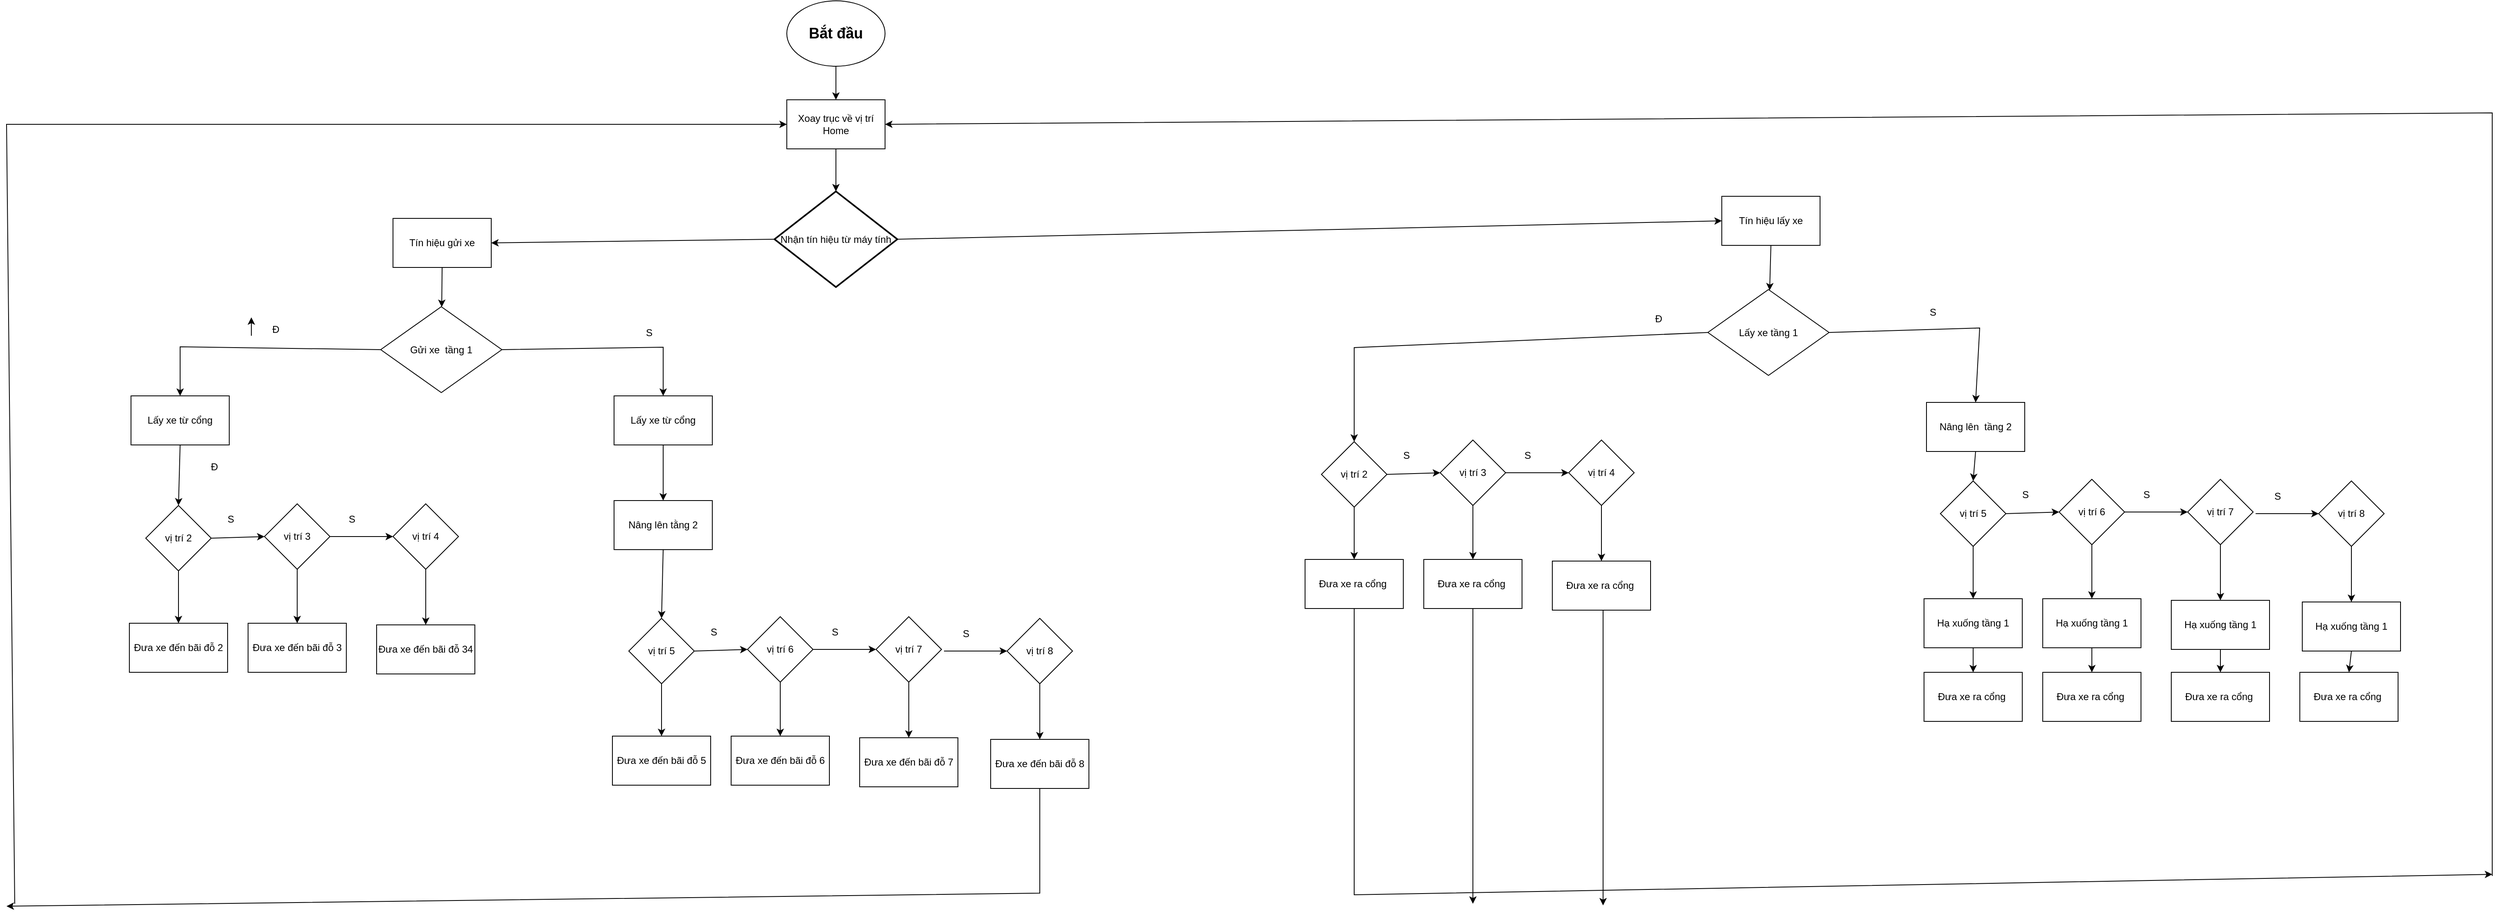
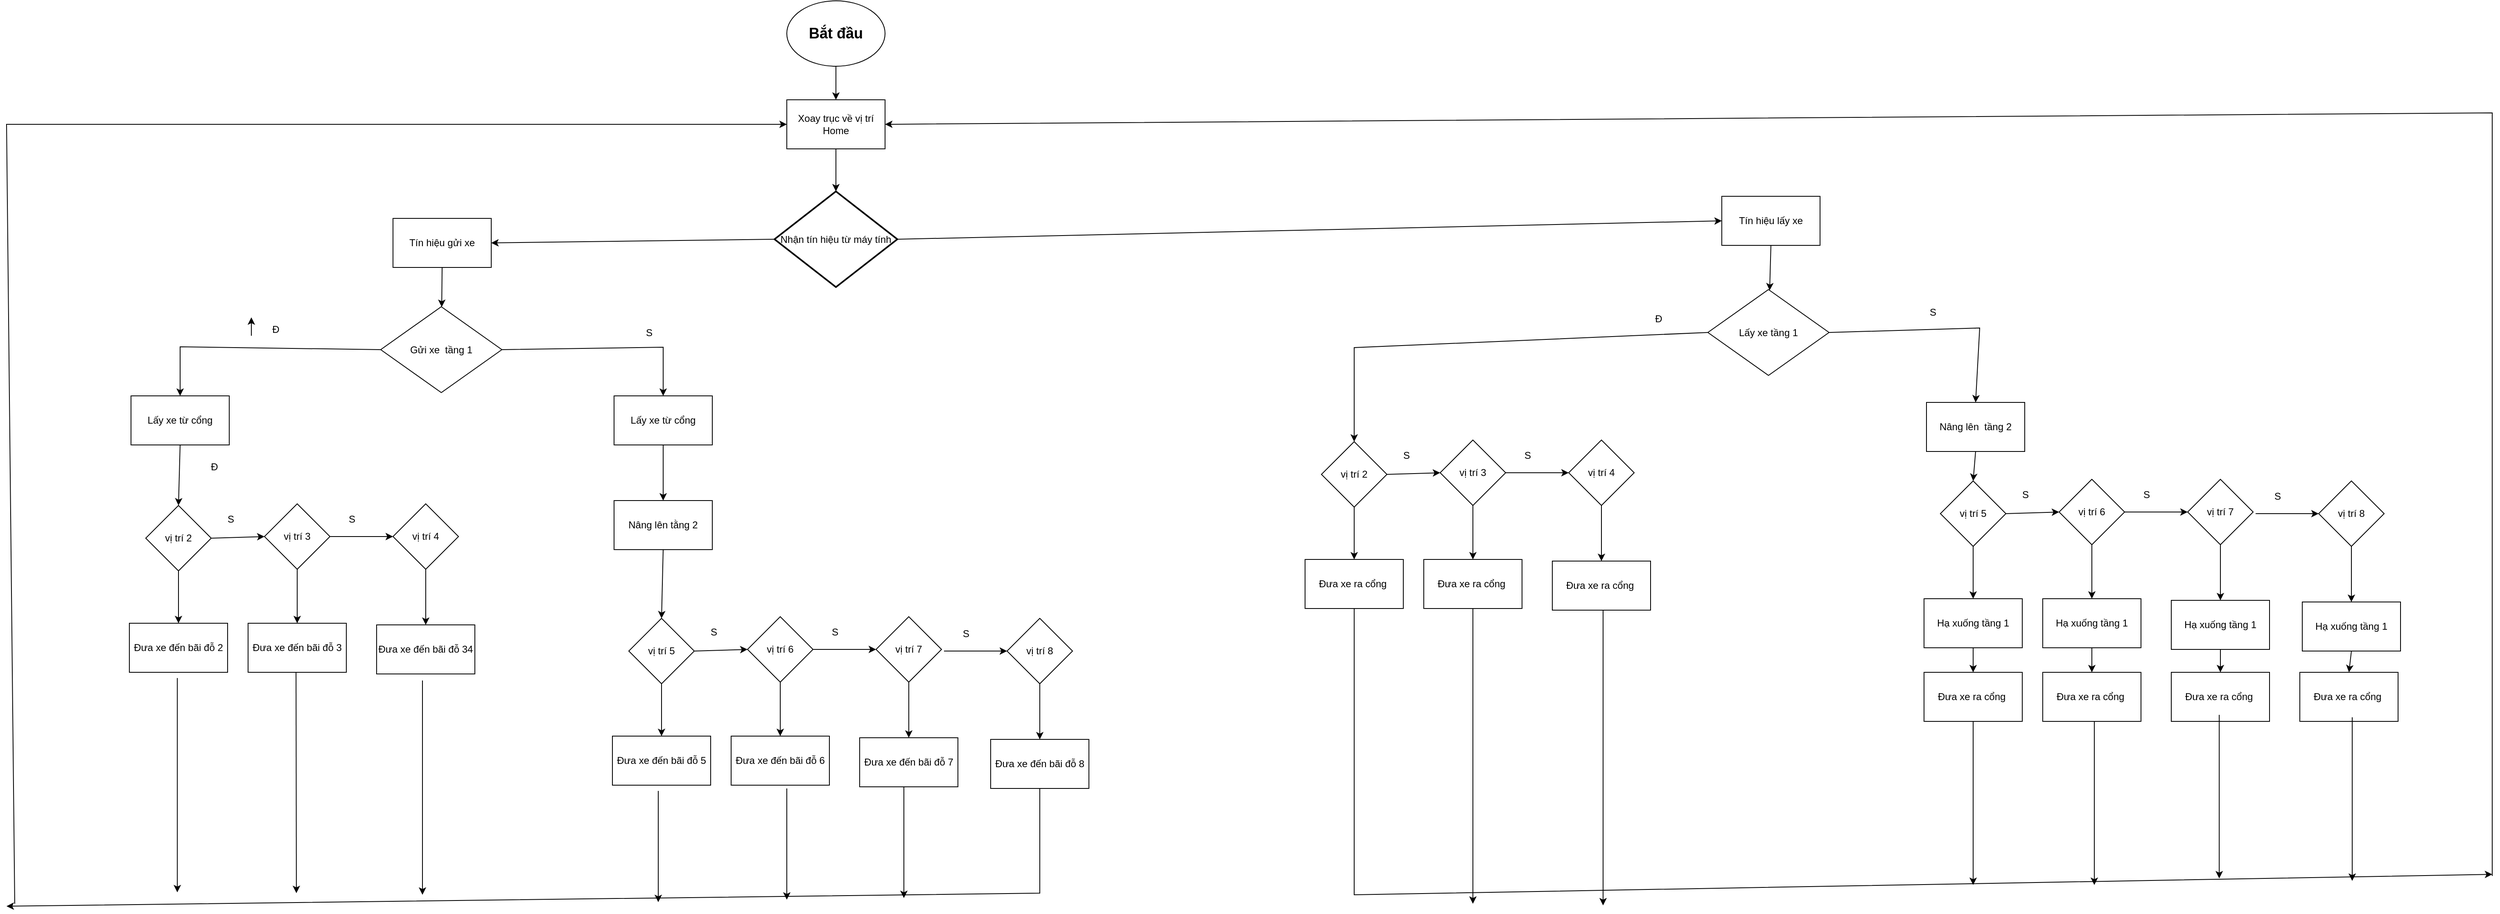
<mxfile host="app.diagrams.net">
  <diagram name="Page-1" id="GJrhtHB-xQ475z6E992f">
    <mxGraphModel dx="2920" dy="4911" grid="0" gridSize="10" guides="1" tooltips="1" connect="1" arrows="0" fold="1" page="1" pageScale="1" pageWidth="4681" pageHeight="3300" math="0" shadow="0">
      <root>
        <mxCell id="0" />
        <mxCell id="1" parent="0" />
        <mxCell id="gv57a_h_J0GcEr8g6lP8-1" parent="1" style="ellipse;whiteSpace=wrap;html=1;" value="&lt;b&gt;&lt;font style=&quot;font-size: 18px;&quot;&gt;Bắt đầu&lt;/font&gt;&lt;/b&gt;" vertex="1">
          <mxGeometry height="80" width="120" x="1292" y="-2869" as="geometry" />
        </mxCell>
        <mxCell id="gv57a_h_J0GcEr8g6lP8-4" parent="1" style="rounded=0;whiteSpace=wrap;html=1;" value="Xoay trục về vị trí Home" vertex="1">
          <mxGeometry height="60" width="120" x="1292" y="-2748" as="geometry" />
        </mxCell>
        <mxCell id="gv57a_h_J0GcEr8g6lP8-5" edge="1" parent="1" source="gv57a_h_J0GcEr8g6lP8-1" style="endArrow=classic;html=1;rounded=0;exitX=0.5;exitY=1;exitDx=0;exitDy=0;entryX=0.5;entryY=0;entryDx=0;entryDy=0;" target="gv57a_h_J0GcEr8g6lP8-4" value="">
          <mxGeometry height="50" relative="1" width="50" as="geometry">
            <mxPoint x="1364" y="-2559" as="sourcePoint" />
            <mxPoint x="1414" y="-2609" as="targetPoint" />
          </mxGeometry>
        </mxCell>
        <mxCell id="gv57a_h_J0GcEr8g6lP8-7" edge="1" parent="1" source="gv57a_h_J0GcEr8g6lP8-4" style="endArrow=classic;html=1;rounded=0;exitX=0.5;exitY=1;exitDx=0;exitDy=0;entryX=0.5;entryY=0;entryDx=0;entryDy=0;entryPerimeter=0;" target="gv57a_h_J0GcEr8g6lP8-8" value="">
          <mxGeometry height="50" relative="1" width="50" as="geometry">
            <mxPoint x="1364" y="-2559" as="sourcePoint" />
            <mxPoint x="1352" y="-2634" as="targetPoint" />
          </mxGeometry>
        </mxCell>
        <mxCell id="gv57a_h_J0GcEr8g6lP8-8" parent="1" style="strokeWidth=2;html=1;shape=mxgraph.flowchart.decision;whiteSpace=wrap;" value="Nhận tín hiệu từ máy tính" vertex="1">
          <mxGeometry height="117" width="150" x="1277" y="-2636" as="geometry" />
        </mxCell>
        <mxCell id="gv57a_h_J0GcEr8g6lP8-9" parent="1" style="rounded=0;whiteSpace=wrap;html=1;" value="Tín hiệu lấy xe" vertex="1">
          <mxGeometry height="60" width="120" x="2434" y="-2630" as="geometry" />
        </mxCell>
        <mxCell id="gv57a_h_J0GcEr8g6lP8-10" parent="1" style="rounded=0;whiteSpace=wrap;html=1;" value="Tín hiệu gửi xe" vertex="1">
          <mxGeometry height="60" width="120" x="811" y="-2603" as="geometry" />
        </mxCell>
        <mxCell id="gv57a_h_J0GcEr8g6lP8-11" edge="1" parent="1" source="gv57a_h_J0GcEr8g6lP8-8" style="endArrow=classic;html=1;rounded=0;exitX=1;exitY=0.5;exitDx=0;exitDy=0;exitPerimeter=0;entryX=0;entryY=0.5;entryDx=0;entryDy=0;" target="gv57a_h_J0GcEr8g6lP8-9" value="">
          <mxGeometry height="50" relative="1" width="50" as="geometry">
            <mxPoint x="1811" y="-2581" as="sourcePoint" />
            <mxPoint x="1820" y="-2612.5" as="targetPoint" />
          </mxGeometry>
        </mxCell>
        <mxCell id="gv57a_h_J0GcEr8g6lP8-12" edge="1" parent="1" source="gv57a_h_J0GcEr8g6lP8-8" style="endArrow=classic;html=1;rounded=0;entryX=1;entryY=0.5;entryDx=0;entryDy=0;exitX=0;exitY=0.5;exitDx=0;exitDy=0;exitPerimeter=0;" target="gv57a_h_J0GcEr8g6lP8-10" value="">
          <mxGeometry height="50" relative="1" width="50" as="geometry">
            <mxPoint x="1158" y="-2571.5" as="sourcePoint" />
            <mxPoint x="1319" y="-2603.5" as="targetPoint" />
          </mxGeometry>
        </mxCell>
        <mxCell id="gv57a_h_J0GcEr8g6lP8-13" parent="1" style="rhombus;whiteSpace=wrap;html=1;" value="Gửi xe&amp;nbsp; tầng 1" vertex="1">
          <mxGeometry height="105" width="148" x="796" y="-2495" as="geometry" />
        </mxCell>
        <mxCell id="gv57a_h_J0GcEr8g6lP8-14" edge="1" parent="1" source="gv57a_h_J0GcEr8g6lP8-10" style="endArrow=classic;html=1;rounded=0;exitX=0.5;exitY=1;exitDx=0;exitDy=0;" target="gv57a_h_J0GcEr8g6lP8-13" value="">
          <mxGeometry height="50" relative="1" width="50" as="geometry">
            <mxPoint x="1302" y="-2453.5" as="sourcePoint" />
            <mxPoint x="1352" y="-2503.5" as="targetPoint" />
          </mxGeometry>
        </mxCell>
        <mxCell id="gv57a_h_J0GcEr8g6lP8-15" parent="1" style="rounded=0;whiteSpace=wrap;html=1;" value="Lấy xe từ cổng" vertex="1">
          <mxGeometry height="60" width="120" x="491" y="-2386" as="geometry" />
        </mxCell>
        <mxCell id="gv57a_h_J0GcEr8g6lP8-16" parent="1" style="rounded=0;whiteSpace=wrap;html=1;" value="Lấy xe từ cổng" vertex="1">
          <mxGeometry height="60" width="120" x="1081" y="-2386" as="geometry" />
        </mxCell>
        <mxCell id="gv57a_h_J0GcEr8g6lP8-17" edge="1" parent="1" source="gv57a_h_J0GcEr8g6lP8-13" style="endArrow=classic;html=1;rounded=0;exitX=1;exitY=0.5;exitDx=0;exitDy=0;entryX=0.5;entryY=0;entryDx=0;entryDy=0;" target="gv57a_h_J0GcEr8g6lP8-16" value="">
          <mxGeometry height="50" relative="1" width="50" as="geometry">
            <Array as="points">
              <mxPoint x="1141" y="-2445.5" />
            </Array>
            <mxPoint x="1269" y="-2453.5" as="sourcePoint" />
            <mxPoint x="1319" y="-2503.5" as="targetPoint" />
          </mxGeometry>
        </mxCell>
        <mxCell id="gv57a_h_J0GcEr8g6lP8-18" edge="1" parent="1" source="gv57a_h_J0GcEr8g6lP8-13" style="endArrow=classic;html=1;rounded=0;exitX=0;exitY=0.5;exitDx=0;exitDy=0;entryX=0.5;entryY=0;entryDx=0;entryDy=0;" target="gv57a_h_J0GcEr8g6lP8-15" value="">
          <mxGeometry height="50" relative="1" width="50" as="geometry">
            <Array as="points">
              <mxPoint x="551" y="-2446" />
            </Array>
            <mxPoint x="1386" y="-2459" as="sourcePoint" />
            <mxPoint x="1436" y="-2509" as="targetPoint" />
          </mxGeometry>
        </mxCell>
        <mxCell id="gv57a_h_J0GcEr8g6lP8-19" parent="1" style="rhombus;whiteSpace=wrap;html=1;" value="Lấy xe tầng 1" vertex="1">
          <mxGeometry height="105" width="148" x="2417" y="-2516" as="geometry" />
        </mxCell>
        <mxCell id="gv57a_h_J0GcEr8g6lP8-22" edge="1" parent="1" source="gv57a_h_J0GcEr8g6lP8-19" style="endArrow=classic;html=1;rounded=0;exitX=1;exitY=0.5;exitDx=0;exitDy=0;entryX=0.5;entryY=0;entryDx=0;entryDy=0;" target="Hq5QgyVw3-6yqGqQHbII-15" value="">
          <mxGeometry height="50" relative="1" width="50" as="geometry">
            <Array as="points">
              <mxPoint x="2749" y="-2469" />
            </Array>
            <mxPoint x="3198" y="-2478.5" as="sourcePoint" />
            <mxPoint x="2727.0000000000005" y="-2378.5" as="targetPoint" />
          </mxGeometry>
        </mxCell>
        <mxCell id="gv57a_h_J0GcEr8g6lP8-23" edge="1" parent="1" source="gv57a_h_J0GcEr8g6lP8-19" style="endArrow=classic;html=1;rounded=0;exitX=0;exitY=0.5;exitDx=0;exitDy=0;entryX=0.5;entryY=0;entryDx=0;entryDy=0;" target="Hq5QgyVw3-6yqGqQHbII-1" value="">
          <mxGeometry height="50" relative="1" width="50" as="geometry">
            <Array as="points">
              <mxPoint x="1985" y="-2445" />
            </Array>
            <mxPoint x="2222" y="-2462.5" as="sourcePoint" />
            <mxPoint x="1860" y="-2363.5" as="targetPoint" />
          </mxGeometry>
        </mxCell>
        <mxCell id="gv57a_h_J0GcEr8g6lP8-24" edge="1" parent="1" source="gv57a_h_J0GcEr8g6lP8-9" style="endArrow=classic;html=1;rounded=0;exitX=0.5;exitY=1;exitDx=0;exitDy=0;" target="gv57a_h_J0GcEr8g6lP8-19" value="">
          <mxGeometry height="50" relative="1" width="50" as="geometry">
            <mxPoint x="1770" y="-2383.5" as="sourcePoint" />
            <mxPoint x="1820" y="-2433.5" as="targetPoint" />
          </mxGeometry>
        </mxCell>
        <mxCell id="gv57a_h_J0GcEr8g6lP8-25" parent="1" style="text;html=1;whiteSpace=wrap;strokeColor=none;fillColor=none;align=center;verticalAlign=middle;rounded=0;" value="Đ" vertex="1">
          <mxGeometry height="30" width="60" x="638" y="-2482" as="geometry" />
        </mxCell>
        <mxCell id="gv57a_h_J0GcEr8g6lP8-26" parent="1" style="text;html=1;whiteSpace=wrap;strokeColor=none;fillColor=none;align=center;verticalAlign=middle;rounded=0;" value="S" vertex="1">
          <mxGeometry height="30" width="60" x="1094" y="-2478.5" as="geometry" />
        </mxCell>
        <mxCell id="gv57a_h_J0GcEr8g6lP8-28" parent="1" style="text;html=1;whiteSpace=wrap;strokeColor=none;fillColor=none;align=center;verticalAlign=middle;rounded=0;" value="Đ" vertex="1">
          <mxGeometry height="30" width="60" x="2327" y="-2495" as="geometry" />
        </mxCell>
        <mxCell id="gv57a_h_J0GcEr8g6lP8-30" parent="1" style="text;html=1;whiteSpace=wrap;strokeColor=none;fillColor=none;align=center;verticalAlign=middle;rounded=0;" value="S" vertex="1">
          <mxGeometry height="30" width="60" x="2662" y="-2503" as="geometry" />
        </mxCell>
        <mxCell id="gv57a_h_J0GcEr8g6lP8-31" parent="1" style="rhombus;whiteSpace=wrap;html=1;" value="vị trí 2" vertex="1">
          <mxGeometry height="80" width="80" x="509" y="-2252" as="geometry" />
        </mxCell>
        <mxCell id="gv57a_h_J0GcEr8g6lP8-32" parent="1" style="rhombus;whiteSpace=wrap;html=1;" value="vị trí 3" vertex="1">
          <mxGeometry height="80" width="80" x="654" y="-2254" as="geometry" />
        </mxCell>
        <mxCell id="gv57a_h_J0GcEr8g6lP8-33" parent="1" style="rhombus;whiteSpace=wrap;html=1;" value="vị trí 4" vertex="1">
          <mxGeometry height="80" width="80" x="811" y="-2254" as="geometry" />
        </mxCell>
        <mxCell id="gv57a_h_J0GcEr8g6lP8-37" edge="1" parent="1" source="gv57a_h_J0GcEr8g6lP8-31" style="endArrow=classic;html=1;rounded=0;exitX=1;exitY=0.5;exitDx=0;exitDy=0;entryX=0;entryY=0.5;entryDx=0;entryDy=0;" target="gv57a_h_J0GcEr8g6lP8-32" value="">
          <mxGeometry height="50" relative="1" width="50" as="geometry">
            <mxPoint x="1128" y="-2278" as="sourcePoint" />
            <mxPoint x="1178" y="-2328" as="targetPoint" />
          </mxGeometry>
        </mxCell>
        <mxCell id="gv57a_h_J0GcEr8g6lP8-38" edge="1" parent="1" source="gv57a_h_J0GcEr8g6lP8-15" style="endArrow=classic;html=1;rounded=0;exitX=0.5;exitY=1;exitDx=0;exitDy=0;entryX=0.5;entryY=0;entryDx=0;entryDy=0;" target="gv57a_h_J0GcEr8g6lP8-31" value="">
          <mxGeometry height="50" relative="1" width="50" as="geometry">
            <mxPoint x="1121" y="-2266" as="sourcePoint" />
            <mxPoint x="1171" y="-2316" as="targetPoint" />
          </mxGeometry>
        </mxCell>
        <mxCell id="gv57a_h_J0GcEr8g6lP8-39" edge="1" parent="1" source="gv57a_h_J0GcEr8g6lP8-32" style="endArrow=classic;html=1;rounded=0;exitX=1;exitY=0.5;exitDx=0;exitDy=0;entryX=0;entryY=0.5;entryDx=0;entryDy=0;" target="gv57a_h_J0GcEr8g6lP8-33" value="">
          <mxGeometry height="50" relative="1" width="50" as="geometry">
            <mxPoint x="1121" y="-2266" as="sourcePoint" />
            <mxPoint x="1171" y="-2316" as="targetPoint" />
          </mxGeometry>
        </mxCell>
        <mxCell id="qodCVxMkwnfkt2WPn_CC-1" parent="1" style="text;html=1;whiteSpace=wrap;strokeColor=none;fillColor=none;align=center;verticalAlign=middle;rounded=0;" value="Đ" vertex="1">
          <mxGeometry height="30" width="60" x="563" y="-2314" as="geometry" />
        </mxCell>
        <mxCell id="qodCVxMkwnfkt2WPn_CC-2" parent="1" style="text;html=1;whiteSpace=wrap;strokeColor=none;fillColor=none;align=center;verticalAlign=middle;rounded=0;" value="S" vertex="1">
          <mxGeometry height="30" width="60" x="583" y="-2250" as="geometry" />
        </mxCell>
        <mxCell id="qodCVxMkwnfkt2WPn_CC-3" parent="1" style="text;html=1;whiteSpace=wrap;strokeColor=none;fillColor=none;align=center;verticalAlign=middle;rounded=0;" value="S" vertex="1">
          <mxGeometry height="30" width="60" x="731" y="-2250" as="geometry" />
        </mxCell>
        <mxCell id="qodCVxMkwnfkt2WPn_CC-4" parent="1" style="rounded=0;whiteSpace=wrap;html=1;" value="Đưa xe đến bãi đỗ 2" vertex="1">
          <mxGeometry height="60" width="120" x="489" y="-2108" as="geometry" />
        </mxCell>
        <mxCell id="qodCVxMkwnfkt2WPn_CC-5" edge="1" parent="1" source="gv57a_h_J0GcEr8g6lP8-31" style="endArrow=classic;html=1;rounded=0;exitX=0.5;exitY=1;exitDx=0;exitDy=0;entryX=0.5;entryY=0;entryDx=0;entryDy=0;" target="qodCVxMkwnfkt2WPn_CC-4" value="">
          <mxGeometry height="50" relative="1" width="50" as="geometry">
            <mxPoint x="1106" y="-2136" as="sourcePoint" />
            <mxPoint x="1156" y="-2186" as="targetPoint" />
          </mxGeometry>
        </mxCell>
        <mxCell id="qodCVxMkwnfkt2WPn_CC-6" parent="1" style="rounded=0;whiteSpace=wrap;html=1;" value="Đưa xe đến bãi đỗ 3" vertex="1">
          <mxGeometry height="60" width="120" x="634" y="-2108" as="geometry" />
        </mxCell>
        <mxCell id="qodCVxMkwnfkt2WPn_CC-7" parent="1" style="rounded=0;whiteSpace=wrap;html=1;" value="Đưa xe đến bãi đỗ 34" vertex="1">
          <mxGeometry height="60" width="120" x="791" y="-2106" as="geometry" />
        </mxCell>
        <mxCell id="qodCVxMkwnfkt2WPn_CC-8" edge="1" parent="1" source="gv57a_h_J0GcEr8g6lP8-32" style="endArrow=classic;html=1;rounded=0;exitX=0.5;exitY=1;exitDx=0;exitDy=0;entryX=0.5;entryY=0;entryDx=0;entryDy=0;" target="qodCVxMkwnfkt2WPn_CC-6" value="">
          <mxGeometry height="50" relative="1" width="50" as="geometry">
            <mxPoint x="1106" y="-2136" as="sourcePoint" />
            <mxPoint x="1156" y="-2186" as="targetPoint" />
          </mxGeometry>
        </mxCell>
        <mxCell id="qodCVxMkwnfkt2WPn_CC-9" edge="1" parent="1" source="gv57a_h_J0GcEr8g6lP8-33" style="endArrow=classic;html=1;rounded=0;exitX=0.5;exitY=1;exitDx=0;exitDy=0;entryX=0.5;entryY=0;entryDx=0;entryDy=0;" target="qodCVxMkwnfkt2WPn_CC-7" value="">
          <mxGeometry height="50" relative="1" width="50" as="geometry">
            <mxPoint x="1106" y="-2136" as="sourcePoint" />
            <mxPoint x="1156" y="-2186" as="targetPoint" />
          </mxGeometry>
        </mxCell>
        <mxCell id="qodCVxMkwnfkt2WPn_CC-10" edge="1" parent="1" source="gv57a_h_J0GcEr8g6lP8-25" style="edgeStyle=orthogonalEdgeStyle;rounded=0;orthogonalLoop=1;jettySize=auto;html=1;exitX=0;exitY=0.75;exitDx=0;exitDy=0;entryX=0;entryY=0;entryDx=0;entryDy=0;" target="gv57a_h_J0GcEr8g6lP8-25">
          <mxGeometry relative="1" as="geometry" />
        </mxCell>
        <mxCell id="qodCVxMkwnfkt2WPn_CC-11" parent="1" style="rounded=0;whiteSpace=wrap;html=1;" value="Nâng lên tằng 2" vertex="1">
          <mxGeometry height="60" width="120" x="1081" y="-2258" as="geometry" />
        </mxCell>
        <mxCell id="qodCVxMkwnfkt2WPn_CC-12" parent="1" style="rhombus;whiteSpace=wrap;html=1;" value="vị trí 5" vertex="1">
          <mxGeometry height="80" width="80" x="1099" y="-2114" as="geometry" />
        </mxCell>
        <mxCell id="qodCVxMkwnfkt2WPn_CC-13" parent="1" style="rhombus;whiteSpace=wrap;html=1;" value="vị trí 6" vertex="1">
          <mxGeometry height="80" width="80" x="1244" y="-2116" as="geometry" />
        </mxCell>
        <mxCell id="qodCVxMkwnfkt2WPn_CC-14" parent="1" style="rhombus;whiteSpace=wrap;html=1;" value="vị trí 7" vertex="1">
          <mxGeometry height="80" width="80" x="1401" y="-2116" as="geometry" />
        </mxCell>
        <mxCell id="qodCVxMkwnfkt2WPn_CC-15" edge="1" parent="1" source="qodCVxMkwnfkt2WPn_CC-12" style="endArrow=classic;html=1;rounded=0;exitX=1;exitY=0.5;exitDx=0;exitDy=0;entryX=0;entryY=0.5;entryDx=0;entryDy=0;" target="qodCVxMkwnfkt2WPn_CC-13" value="">
          <mxGeometry height="50" relative="1" width="50" as="geometry">
            <mxPoint x="1718" y="-2140" as="sourcePoint" />
            <mxPoint x="1768" y="-2190" as="targetPoint" />
          </mxGeometry>
        </mxCell>
        <mxCell id="qodCVxMkwnfkt2WPn_CC-16" edge="1" parent="1" source="qodCVxMkwnfkt2WPn_CC-13" style="endArrow=classic;html=1;rounded=0;exitX=1;exitY=0.5;exitDx=0;exitDy=0;entryX=0;entryY=0.5;entryDx=0;entryDy=0;" target="qodCVxMkwnfkt2WPn_CC-14" value="">
          <mxGeometry height="50" relative="1" width="50" as="geometry">
            <mxPoint x="1711" y="-2128" as="sourcePoint" />
            <mxPoint x="1761" y="-2178" as="targetPoint" />
          </mxGeometry>
        </mxCell>
        <mxCell id="qodCVxMkwnfkt2WPn_CC-17" parent="1" style="text;html=1;whiteSpace=wrap;strokeColor=none;fillColor=none;align=center;verticalAlign=middle;rounded=0;" value="S" vertex="1">
          <mxGeometry height="30" width="60" x="1173" y="-2112" as="geometry" />
        </mxCell>
        <mxCell id="qodCVxMkwnfkt2WPn_CC-18" parent="1" style="text;html=1;whiteSpace=wrap;strokeColor=none;fillColor=none;align=center;verticalAlign=middle;rounded=0;" value="S" vertex="1">
          <mxGeometry height="30" width="60" x="1321" y="-2112" as="geometry" />
        </mxCell>
        <mxCell id="qodCVxMkwnfkt2WPn_CC-19" parent="1" style="rounded=0;whiteSpace=wrap;html=1;" value="Đưa xe đến bãi đỗ 5" vertex="1">
          <mxGeometry height="60" width="120" x="1079" y="-1970" as="geometry" />
        </mxCell>
        <mxCell id="qodCVxMkwnfkt2WPn_CC-20" edge="1" parent="1" source="qodCVxMkwnfkt2WPn_CC-12" style="endArrow=classic;html=1;rounded=0;exitX=0.5;exitY=1;exitDx=0;exitDy=0;entryX=0.5;entryY=0;entryDx=0;entryDy=0;" target="qodCVxMkwnfkt2WPn_CC-19" value="">
          <mxGeometry height="50" relative="1" width="50" as="geometry">
            <mxPoint x="1696" y="-1998" as="sourcePoint" />
            <mxPoint x="1746" y="-2048" as="targetPoint" />
          </mxGeometry>
        </mxCell>
        <mxCell id="qodCVxMkwnfkt2WPn_CC-21" parent="1" style="rounded=0;whiteSpace=wrap;html=1;" value="Đưa xe đến bãi đỗ 6" vertex="1">
          <mxGeometry height="60" width="120" x="1224" y="-1970" as="geometry" />
        </mxCell>
        <mxCell id="qodCVxMkwnfkt2WPn_CC-22" parent="1" style="rounded=0;whiteSpace=wrap;html=1;" value="Đưa xe đến bãi đỗ 7" vertex="1">
          <mxGeometry height="60" width="120" x="1381" y="-1968" as="geometry" />
        </mxCell>
        <mxCell id="qodCVxMkwnfkt2WPn_CC-23" edge="1" parent="1" source="qodCVxMkwnfkt2WPn_CC-13" style="endArrow=classic;html=1;rounded=0;exitX=0.5;exitY=1;exitDx=0;exitDy=0;entryX=0.5;entryY=0;entryDx=0;entryDy=0;" target="qodCVxMkwnfkt2WPn_CC-21" value="">
          <mxGeometry height="50" relative="1" width="50" as="geometry">
            <mxPoint x="1696" y="-1998" as="sourcePoint" />
            <mxPoint x="1746" y="-2048" as="targetPoint" />
          </mxGeometry>
        </mxCell>
        <mxCell id="qodCVxMkwnfkt2WPn_CC-24" edge="1" parent="1" source="qodCVxMkwnfkt2WPn_CC-14" style="endArrow=classic;html=1;rounded=0;exitX=0.5;exitY=1;exitDx=0;exitDy=0;entryX=0.5;entryY=0;entryDx=0;entryDy=0;" target="qodCVxMkwnfkt2WPn_CC-22" value="">
          <mxGeometry height="50" relative="1" width="50" as="geometry">
            <mxPoint x="1696" y="-1998" as="sourcePoint" />
            <mxPoint x="1746" y="-2048" as="targetPoint" />
          </mxGeometry>
        </mxCell>
        <mxCell id="qodCVxMkwnfkt2WPn_CC-25" parent="1" style="rhombus;whiteSpace=wrap;html=1;" value="vị trí 8" vertex="1">
          <mxGeometry height="80" width="80" x="1561" y="-2114" as="geometry" />
        </mxCell>
        <mxCell id="qodCVxMkwnfkt2WPn_CC-26" edge="1" parent="1" style="endArrow=classic;html=1;rounded=0;exitX=1;exitY=0.5;exitDx=0;exitDy=0;entryX=0;entryY=0.5;entryDx=0;entryDy=0;" target="qodCVxMkwnfkt2WPn_CC-25" value="">
          <mxGeometry height="50" relative="1" width="50" as="geometry">
            <mxPoint x="1484" y="-2074" as="sourcePoint" />
            <mxPoint x="1921" y="-2176" as="targetPoint" />
          </mxGeometry>
        </mxCell>
        <mxCell id="qodCVxMkwnfkt2WPn_CC-27" parent="1" style="text;html=1;whiteSpace=wrap;strokeColor=none;fillColor=none;align=center;verticalAlign=middle;rounded=0;" value="S" vertex="1">
          <mxGeometry height="30" width="60" x="1481" y="-2110" as="geometry" />
        </mxCell>
        <mxCell id="qodCVxMkwnfkt2WPn_CC-28" parent="1" style="rounded=0;whiteSpace=wrap;html=1;" value="Đưa xe đến bãi đỗ 8" vertex="1">
          <mxGeometry height="60" width="120" x="1541" y="-1966" as="geometry" />
        </mxCell>
        <mxCell id="qodCVxMkwnfkt2WPn_CC-29" edge="1" parent="1" source="qodCVxMkwnfkt2WPn_CC-25" style="endArrow=classic;html=1;rounded=0;exitX=0.5;exitY=1;exitDx=0;exitDy=0;entryX=0.5;entryY=0;entryDx=0;entryDy=0;" target="qodCVxMkwnfkt2WPn_CC-28" value="">
          <mxGeometry height="50" relative="1" width="50" as="geometry">
            <mxPoint x="1856" y="-1996" as="sourcePoint" />
            <mxPoint x="1906" y="-2046" as="targetPoint" />
          </mxGeometry>
        </mxCell>
        <mxCell id="qodCVxMkwnfkt2WPn_CC-30" edge="1" parent="1" source="gv57a_h_J0GcEr8g6lP8-16" style="endArrow=classic;html=1;rounded=0;exitX=0.5;exitY=1;exitDx=0;exitDy=0;entryX=0.5;entryY=0;entryDx=0;entryDy=0;" target="qodCVxMkwnfkt2WPn_CC-11" value="">
          <mxGeometry height="50" relative="1" width="50" as="geometry">
            <mxPoint x="1121" y="-2182" as="sourcePoint" />
            <mxPoint x="1171" y="-2232" as="targetPoint" />
          </mxGeometry>
        </mxCell>
        <mxCell id="qodCVxMkwnfkt2WPn_CC-31" edge="1" parent="1" source="qodCVxMkwnfkt2WPn_CC-11" style="endArrow=classic;html=1;rounded=0;exitX=0.5;exitY=1;exitDx=0;exitDy=0;entryX=0.5;entryY=0;entryDx=0;entryDy=0;" target="qodCVxMkwnfkt2WPn_CC-12" value="">
          <mxGeometry height="50" relative="1" width="50" as="geometry">
            <mxPoint x="1121" y="-2182" as="sourcePoint" />
            <mxPoint x="1171" y="-2232" as="targetPoint" />
          </mxGeometry>
        </mxCell>
        <mxCell id="Hq5QgyVw3-6yqGqQHbII-1" parent="1" style="rhombus;whiteSpace=wrap;html=1;" value="vị trí 2" vertex="1">
          <mxGeometry height="80" width="80" x="1945" y="-2330" as="geometry" />
        </mxCell>
        <mxCell id="Hq5QgyVw3-6yqGqQHbII-2" parent="1" style="rhombus;whiteSpace=wrap;html=1;" value="vị trí 3" vertex="1">
          <mxGeometry height="80" width="80" x="2090" y="-2332" as="geometry" />
        </mxCell>
        <mxCell id="Hq5QgyVw3-6yqGqQHbII-3" parent="1" style="rhombus;whiteSpace=wrap;html=1;" value="vị trí 4" vertex="1">
          <mxGeometry height="80" width="80" x="2247" y="-2332" as="geometry" />
        </mxCell>
        <mxCell id="Hq5QgyVw3-6yqGqQHbII-4" edge="1" parent="1" source="Hq5QgyVw3-6yqGqQHbII-1" style="endArrow=classic;html=1;rounded=0;exitX=1;exitY=0.5;exitDx=0;exitDy=0;entryX=0;entryY=0.5;entryDx=0;entryDy=0;" target="Hq5QgyVw3-6yqGqQHbII-2" value="">
          <mxGeometry height="50" relative="1" width="50" as="geometry">
            <mxPoint x="2564" y="-2356" as="sourcePoint" />
            <mxPoint x="2614" y="-2406" as="targetPoint" />
          </mxGeometry>
        </mxCell>
        <mxCell id="Hq5QgyVw3-6yqGqQHbII-5" edge="1" parent="1" source="Hq5QgyVw3-6yqGqQHbII-2" style="endArrow=classic;html=1;rounded=0;exitX=1;exitY=0.5;exitDx=0;exitDy=0;entryX=0;entryY=0.5;entryDx=0;entryDy=0;" target="Hq5QgyVw3-6yqGqQHbII-3" value="">
          <mxGeometry height="50" relative="1" width="50" as="geometry">
            <mxPoint x="2557" y="-2344" as="sourcePoint" />
            <mxPoint x="2607" y="-2394" as="targetPoint" />
          </mxGeometry>
        </mxCell>
        <mxCell id="Hq5QgyVw3-6yqGqQHbII-6" parent="1" style="text;html=1;whiteSpace=wrap;strokeColor=none;fillColor=none;align=center;verticalAlign=middle;rounded=0;" value="S" vertex="1">
          <mxGeometry height="30" width="60" x="2019" y="-2328" as="geometry" />
        </mxCell>
        <mxCell id="Hq5QgyVw3-6yqGqQHbII-7" parent="1" style="text;html=1;whiteSpace=wrap;strokeColor=none;fillColor=none;align=center;verticalAlign=middle;rounded=0;" value="S" vertex="1">
          <mxGeometry height="30" width="60" x="2167" y="-2328" as="geometry" />
        </mxCell>
        <mxCell id="Hq5QgyVw3-6yqGqQHbII-8" parent="1" style="rounded=0;whiteSpace=wrap;html=1;" value="Đưa xe ra cổng&amp;nbsp;" vertex="1">
          <mxGeometry height="60" width="120" x="1925" y="-2186" as="geometry" />
        </mxCell>
        <mxCell id="Hq5QgyVw3-6yqGqQHbII-9" edge="1" parent="1" source="Hq5QgyVw3-6yqGqQHbII-1" style="endArrow=classic;html=1;rounded=0;exitX=0.5;exitY=1;exitDx=0;exitDy=0;entryX=0.5;entryY=0;entryDx=0;entryDy=0;" target="Hq5QgyVw3-6yqGqQHbII-8" value="">
          <mxGeometry height="50" relative="1" width="50" as="geometry">
            <mxPoint x="2542" y="-2214" as="sourcePoint" />
            <mxPoint x="2592" y="-2264" as="targetPoint" />
          </mxGeometry>
        </mxCell>
        <mxCell id="Hq5QgyVw3-6yqGqQHbII-10" parent="1" style="rounded=0;whiteSpace=wrap;html=1;" value="Đưa xe ra cổng&amp;nbsp;" vertex="1">
          <mxGeometry height="60" width="120" x="2070" y="-2186" as="geometry" />
        </mxCell>
        <mxCell id="Hq5QgyVw3-6yqGqQHbII-11" parent="1" style="rounded=0;whiteSpace=wrap;html=1;" value="Đưa xe ra cổng&amp;nbsp;" vertex="1">
          <mxGeometry height="60" width="120" x="2227" y="-2184" as="geometry" />
        </mxCell>
        <mxCell id="Hq5QgyVw3-6yqGqQHbII-12" edge="1" parent="1" source="Hq5QgyVw3-6yqGqQHbII-2" style="endArrow=classic;html=1;rounded=0;exitX=0.5;exitY=1;exitDx=0;exitDy=0;entryX=0.5;entryY=0;entryDx=0;entryDy=0;" target="Hq5QgyVw3-6yqGqQHbII-10" value="">
          <mxGeometry height="50" relative="1" width="50" as="geometry">
            <mxPoint x="2542" y="-2214" as="sourcePoint" />
            <mxPoint x="2592" y="-2264" as="targetPoint" />
          </mxGeometry>
        </mxCell>
        <mxCell id="Hq5QgyVw3-6yqGqQHbII-13" edge="1" parent="1" source="Hq5QgyVw3-6yqGqQHbII-3" style="endArrow=classic;html=1;rounded=0;exitX=0.5;exitY=1;exitDx=0;exitDy=0;entryX=0.5;entryY=0;entryDx=0;entryDy=0;" target="Hq5QgyVw3-6yqGqQHbII-11" value="">
          <mxGeometry height="50" relative="1" width="50" as="geometry">
            <mxPoint x="2542" y="-2214" as="sourcePoint" />
            <mxPoint x="2592" y="-2264" as="targetPoint" />
          </mxGeometry>
        </mxCell>
        <mxCell id="Hq5QgyVw3-6yqGqQHbII-15" parent="1" style="rounded=0;whiteSpace=wrap;html=1;" value="Nâng lên&amp;nbsp; tầng 2" vertex="1">
          <mxGeometry height="60" width="120" x="2684" y="-2378" as="geometry" />
        </mxCell>
        <mxCell id="Hq5QgyVw3-6yqGqQHbII-16" parent="1" style="rhombus;whiteSpace=wrap;html=1;" value="vị trí 5" vertex="1">
          <mxGeometry height="80" width="80" x="2701" y="-2282" as="geometry" />
        </mxCell>
        <mxCell id="Hq5QgyVw3-6yqGqQHbII-17" parent="1" style="rhombus;whiteSpace=wrap;html=1;" value="vị trí 6" vertex="1">
          <mxGeometry height="80" width="80" x="2846" y="-2284" as="geometry" />
        </mxCell>
        <mxCell id="Hq5QgyVw3-6yqGqQHbII-18" parent="1" style="rhombus;whiteSpace=wrap;html=1;" value="vị trí 7" vertex="1">
          <mxGeometry height="80" width="80" x="3003" y="-2284" as="geometry" />
        </mxCell>
        <mxCell id="Hq5QgyVw3-6yqGqQHbII-19" edge="1" parent="1" source="Hq5QgyVw3-6yqGqQHbII-16" style="endArrow=classic;html=1;rounded=0;exitX=1;exitY=0.5;exitDx=0;exitDy=0;entryX=0;entryY=0.5;entryDx=0;entryDy=0;" target="Hq5QgyVw3-6yqGqQHbII-17" value="">
          <mxGeometry height="50" relative="1" width="50" as="geometry">
            <mxPoint x="3320" y="-2308" as="sourcePoint" />
            <mxPoint x="3370" y="-2358" as="targetPoint" />
          </mxGeometry>
        </mxCell>
        <mxCell id="Hq5QgyVw3-6yqGqQHbII-20" edge="1" parent="1" source="Hq5QgyVw3-6yqGqQHbII-17" style="endArrow=classic;html=1;rounded=0;exitX=1;exitY=0.5;exitDx=0;exitDy=0;entryX=0;entryY=0.5;entryDx=0;entryDy=0;" target="Hq5QgyVw3-6yqGqQHbII-18" value="">
          <mxGeometry height="50" relative="1" width="50" as="geometry">
            <mxPoint x="3313" y="-2296" as="sourcePoint" />
            <mxPoint x="3363" y="-2346" as="targetPoint" />
          </mxGeometry>
        </mxCell>
        <mxCell id="Hq5QgyVw3-6yqGqQHbII-21" parent="1" style="text;html=1;whiteSpace=wrap;strokeColor=none;fillColor=none;align=center;verticalAlign=middle;rounded=0;" value="S" vertex="1">
          <mxGeometry height="30" width="60" x="2775" y="-2280" as="geometry" />
        </mxCell>
        <mxCell id="Hq5QgyVw3-6yqGqQHbII-22" parent="1" style="text;html=1;whiteSpace=wrap;strokeColor=none;fillColor=none;align=center;verticalAlign=middle;rounded=0;" value="S" vertex="1">
          <mxGeometry height="30" width="60" x="2923" y="-2280" as="geometry" />
        </mxCell>
        <mxCell id="Hq5QgyVw3-6yqGqQHbII-23" parent="1" style="rounded=0;whiteSpace=wrap;html=1;" value="Hạ xuống tầng 1" vertex="1">
          <mxGeometry height="60" width="120" x="2681" y="-2138" as="geometry" />
        </mxCell>
        <mxCell id="Hq5QgyVw3-6yqGqQHbII-24" edge="1" parent="1" source="Hq5QgyVw3-6yqGqQHbII-16" style="endArrow=classic;html=1;rounded=0;exitX=0.5;exitY=1;exitDx=0;exitDy=0;entryX=0.5;entryY=0;entryDx=0;entryDy=0;" target="Hq5QgyVw3-6yqGqQHbII-23" value="">
          <mxGeometry height="50" relative="1" width="50" as="geometry">
            <mxPoint x="3298" y="-2166" as="sourcePoint" />
            <mxPoint x="3348" y="-2216" as="targetPoint" />
          </mxGeometry>
        </mxCell>
        <mxCell id="Hq5QgyVw3-6yqGqQHbII-25" parent="1" style="rounded=0;whiteSpace=wrap;html=1;" value="Hạ xuống tầng 1" vertex="1">
          <mxGeometry height="60" width="120" x="2826" y="-2138" as="geometry" />
        </mxCell>
        <mxCell id="Hq5QgyVw3-6yqGqQHbII-26" parent="1" style="rounded=0;whiteSpace=wrap;html=1;" value="Hạ xuống tầng 1" vertex="1">
          <mxGeometry height="60" width="120" x="2983" y="-2136" as="geometry" />
        </mxCell>
        <mxCell id="Hq5QgyVw3-6yqGqQHbII-27" edge="1" parent="1" source="Hq5QgyVw3-6yqGqQHbII-17" style="endArrow=classic;html=1;rounded=0;exitX=0.5;exitY=1;exitDx=0;exitDy=0;entryX=0.5;entryY=0;entryDx=0;entryDy=0;" target="Hq5QgyVw3-6yqGqQHbII-25" value="">
          <mxGeometry height="50" relative="1" width="50" as="geometry">
            <mxPoint x="3298" y="-2166" as="sourcePoint" />
            <mxPoint x="3348" y="-2216" as="targetPoint" />
          </mxGeometry>
        </mxCell>
        <mxCell id="Hq5QgyVw3-6yqGqQHbII-28" edge="1" parent="1" source="Hq5QgyVw3-6yqGqQHbII-18" style="endArrow=classic;html=1;rounded=0;exitX=0.5;exitY=1;exitDx=0;exitDy=0;entryX=0.5;entryY=0;entryDx=0;entryDy=0;" target="Hq5QgyVw3-6yqGqQHbII-26" value="">
          <mxGeometry height="50" relative="1" width="50" as="geometry">
            <mxPoint x="3298" y="-2166" as="sourcePoint" />
            <mxPoint x="3348" y="-2216" as="targetPoint" />
          </mxGeometry>
        </mxCell>
        <mxCell id="Hq5QgyVw3-6yqGqQHbII-29" parent="1" style="rhombus;whiteSpace=wrap;html=1;" value="vị trí 8" vertex="1">
          <mxGeometry height="80" width="80" x="3163" y="-2282" as="geometry" />
        </mxCell>
        <mxCell id="Hq5QgyVw3-6yqGqQHbII-30" edge="1" parent="1" style="endArrow=classic;html=1;rounded=0;exitX=1;exitY=0.5;exitDx=0;exitDy=0;entryX=0;entryY=0.5;entryDx=0;entryDy=0;" target="Hq5QgyVw3-6yqGqQHbII-29" value="">
          <mxGeometry height="50" relative="1" width="50" as="geometry">
            <mxPoint x="3086" y="-2242" as="sourcePoint" />
            <mxPoint x="3523" y="-2344" as="targetPoint" />
          </mxGeometry>
        </mxCell>
        <mxCell id="Hq5QgyVw3-6yqGqQHbII-31" parent="1" style="text;html=1;whiteSpace=wrap;strokeColor=none;fillColor=none;align=center;verticalAlign=middle;rounded=0;" value="S" vertex="1">
          <mxGeometry height="30" width="60" x="3083" y="-2278" as="geometry" />
        </mxCell>
        <mxCell id="Hq5QgyVw3-6yqGqQHbII-32" parent="1" style="rounded=0;whiteSpace=wrap;html=1;" value="Hạ xuống tầng 1" vertex="1">
          <mxGeometry height="60" width="120" x="3143" y="-2134" as="geometry" />
        </mxCell>
        <mxCell id="Hq5QgyVw3-6yqGqQHbII-33" edge="1" parent="1" source="Hq5QgyVw3-6yqGqQHbII-29" style="endArrow=classic;html=1;rounded=0;exitX=0.5;exitY=1;exitDx=0;exitDy=0;entryX=0.5;entryY=0;entryDx=0;entryDy=0;" target="Hq5QgyVw3-6yqGqQHbII-32" value="">
          <mxGeometry height="50" relative="1" width="50" as="geometry">
            <mxPoint x="3458" y="-2164" as="sourcePoint" />
            <mxPoint x="3508" y="-2214" as="targetPoint" />
          </mxGeometry>
        </mxCell>
        <mxCell id="Hq5QgyVw3-6yqGqQHbII-34" edge="1" parent="1" source="Hq5QgyVw3-6yqGqQHbII-15" style="endArrow=classic;html=1;rounded=0;exitX=0.5;exitY=1;exitDx=0;exitDy=0;entryX=0.5;entryY=0;entryDx=0;entryDy=0;" target="Hq5QgyVw3-6yqGqQHbII-16" value="">
          <mxGeometry height="50" relative="1" width="50" as="geometry">
            <mxPoint x="2447" y="-2017" as="sourcePoint" />
            <mxPoint x="2497" y="-2067" as="targetPoint" />
          </mxGeometry>
        </mxCell>
        <mxCell id="Hq5QgyVw3-6yqGqQHbII-35" parent="1" style="rounded=0;whiteSpace=wrap;html=1;" value="Đưa xe ra cổng&amp;nbsp;" vertex="1">
          <mxGeometry height="60" width="120" x="2681" y="-2048" as="geometry" />
        </mxCell>
        <mxCell id="Hq5QgyVw3-6yqGqQHbII-36" parent="1" style="rounded=0;whiteSpace=wrap;html=1;" value="Đưa xe ra cổng&amp;nbsp;" vertex="1">
          <mxGeometry height="60" width="120" x="2826" y="-2048" as="geometry" />
        </mxCell>
        <mxCell id="Hq5QgyVw3-6yqGqQHbII-37" parent="1" style="rounded=0;whiteSpace=wrap;html=1;" value="Đưa xe ra cổng&amp;nbsp;" vertex="1">
          <mxGeometry height="60" width="120" x="2983" y="-2048" as="geometry" />
        </mxCell>
        <mxCell id="Hq5QgyVw3-6yqGqQHbII-38" parent="1" style="rounded=0;whiteSpace=wrap;html=1;" value="Đưa xe ra cổng&amp;nbsp;" vertex="1">
          <mxGeometry height="60" width="120" x="3140" y="-2048" as="geometry" />
        </mxCell>
        <mxCell id="Hq5QgyVw3-6yqGqQHbII-39" edge="1" parent="1" source="Hq5QgyVw3-6yqGqQHbII-23" style="endArrow=classic;html=1;rounded=0;exitX=0.5;exitY=1;exitDx=0;exitDy=0;" target="Hq5QgyVw3-6yqGqQHbII-35" value="">
          <mxGeometry height="50" relative="1" width="50" as="geometry">
            <mxPoint x="2447" y="-2017" as="sourcePoint" />
            <mxPoint x="2497" y="-2067" as="targetPoint" />
          </mxGeometry>
        </mxCell>
        <mxCell id="Hq5QgyVw3-6yqGqQHbII-41" edge="1" parent="1" source="Hq5QgyVw3-6yqGqQHbII-25" style="endArrow=classic;html=1;rounded=0;exitX=0.5;exitY=1;exitDx=0;exitDy=0;entryX=0.5;entryY=0;entryDx=0;entryDy=0;" target="Hq5QgyVw3-6yqGqQHbII-36" value="">
          <mxGeometry height="50" relative="1" width="50" as="geometry">
            <mxPoint x="2447" y="-2017" as="sourcePoint" />
            <mxPoint x="2497" y="-2067" as="targetPoint" />
          </mxGeometry>
        </mxCell>
        <mxCell id="Hq5QgyVw3-6yqGqQHbII-42" edge="1" parent="1" source="Hq5QgyVw3-6yqGqQHbII-26" style="endArrow=classic;html=1;rounded=0;exitX=0.5;exitY=1;exitDx=0;exitDy=0;entryX=0.5;entryY=0;entryDx=0;entryDy=0;" target="Hq5QgyVw3-6yqGqQHbII-37" value="">
          <mxGeometry height="50" relative="1" width="50" as="geometry">
            <mxPoint x="2447" y="-2017" as="sourcePoint" />
            <mxPoint x="2497" y="-2067" as="targetPoint" />
          </mxGeometry>
        </mxCell>
        <mxCell id="Hq5QgyVw3-6yqGqQHbII-43" edge="1" parent="1" source="Hq5QgyVw3-6yqGqQHbII-32" style="endArrow=classic;html=1;rounded=0;exitX=0.5;exitY=1;exitDx=0;exitDy=0;entryX=0.5;entryY=0;entryDx=0;entryDy=0;" target="Hq5QgyVw3-6yqGqQHbII-38" value="">
          <mxGeometry height="50" relative="1" width="50" as="geometry">
            <mxPoint x="2607" y="-2084" as="sourcePoint" />
            <mxPoint x="2657" y="-2134" as="targetPoint" />
          </mxGeometry>
        </mxCell>
        <mxCell id="Hq5QgyVw3-6yqGqQHbII-44" edge="1" parent="1" source="qodCVxMkwnfkt2WPn_CC-28" style="endArrow=classic;html=1;rounded=0;exitX=0.5;exitY=1;exitDx=0;exitDy=0;" value="">
          <mxGeometry height="50" relative="1" width="50" as="geometry">
            <Array as="points">
              <mxPoint x="1601" y="-1778" />
            </Array>
            <mxPoint x="1694" y="-2023" as="sourcePoint" />
            <mxPoint x="339" y="-1762" as="targetPoint" />
          </mxGeometry>
        </mxCell>
        <mxCell id="Hq5QgyVw3-6yqGqQHbII-45" edge="1" parent="1" style="endArrow=classic;html=1;rounded=0;entryX=0;entryY=0.5;entryDx=0;entryDy=0;" target="gv57a_h_J0GcEr8g6lP8-4" value="">
          <mxGeometry height="50" relative="1" width="50" as="geometry">
            <Array as="points">
              <mxPoint x="339" y="-2718" />
            </Array>
            <mxPoint x="349" y="-1765" as="sourcePoint" />
            <mxPoint x="1744" y="-2073" as="targetPoint" />
          </mxGeometry>
        </mxCell>
        <mxCell id="Hq5QgyVw3-6yqGqQHbII-46" edge="1" parent="1" source="Hq5QgyVw3-6yqGqQHbII-8" style="endArrow=classic;html=1;rounded=0;exitX=0.5;exitY=1;exitDx=0;exitDy=0;" value="">
          <mxGeometry height="50" relative="1" width="50" as="geometry">
            <Array as="points">
              <mxPoint x="1985" y="-1776" />
            </Array>
            <mxPoint x="2117" y="-2023" as="sourcePoint" />
            <mxPoint x="3375" y="-1801" as="targetPoint" />
          </mxGeometry>
        </mxCell>
        <mxCell id="Hq5QgyVw3-6yqGqQHbII-47" edge="1" parent="1" style="endArrow=classic;html=1;rounded=0;entryX=1;entryY=0.5;entryDx=0;entryDy=0;" target="gv57a_h_J0GcEr8g6lP8-4" value="">
          <mxGeometry height="50" relative="1" width="50" as="geometry">
            <Array as="points">
              <mxPoint x="3375" y="-2732" />
            </Array>
            <mxPoint x="3375" y="-1799" as="sourcePoint" />
            <mxPoint x="2167" y="-2073" as="targetPoint" />
          </mxGeometry>
        </mxCell>
        <mxCell id="Hq5QgyVw3-6yqGqQHbII-48" edge="1" parent="1" source="Hq5QgyVw3-6yqGqQHbII-10" style="endArrow=classic;html=1;rounded=0;exitX=0.5;exitY=1;exitDx=0;exitDy=0;" value="">
          <mxGeometry height="50" relative="1" width="50" as="geometry">
            <mxPoint x="2117" y="-2023" as="sourcePoint" />
            <mxPoint x="2130" y="-1765" as="targetPoint" />
          </mxGeometry>
        </mxCell>
        <mxCell id="Hq5QgyVw3-6yqGqQHbII-49" edge="1" parent="1" style="endArrow=classic;html=1;rounded=0;exitX=0.5;exitY=1;exitDx=0;exitDy=0;" value="">
          <mxGeometry height="50" relative="1" width="50" as="geometry">
            <mxPoint x="2289" y="-2124" as="sourcePoint" />
            <mxPoint x="2289" y="-1763" as="targetPoint" />
          </mxGeometry>
        </mxCell>
+         <mxCell id="Hq5QgyVw3-6yqGqQHbII-50" edge="1" parent="1" source="Hq5QgyVw3-6yqGqQHbII-35" style="endArrow=classic;html=1;rounded=0;exitX=0.5;exitY=1;exitDx=0;exitDy=0;" value="">
+           <mxGeometry height="50" relative="1" width="50" as="geometry">
+             <mxPoint x="2117" y="-2023" as="sourcePoint" />
+             <mxPoint x="2741" y="-1788" as="targetPoint" />
+           </mxGeometry>
+         </mxCell>
+         <mxCell id="Hq5QgyVw3-6yqGqQHbII-51" edge="1" parent="1" style="endArrow=classic;html=1;rounded=0;exitX=0.5;exitY=1;exitDx=0;exitDy=0;" value="">
+           <mxGeometry height="50" relative="1" width="50" as="geometry">
+             <mxPoint x="2889" y="-1988" as="sourcePoint" />
+             <mxPoint x="2889" y="-1788" as="targetPoint" />
+           </mxGeometry>
+         </mxCell>
+         <mxCell id="Hq5QgyVw3-6yqGqQHbII-52" edge="1" parent="1" style="endArrow=classic;html=1;rounded=0;exitX=0.5;exitY=1;exitDx=0;exitDy=0;" value="">
+           <mxGeometry height="50" relative="1" width="50" as="geometry">
+             <mxPoint x="3041.57" y="-1996" as="sourcePoint" />
+             <mxPoint x="3041.57" y="-1796" as="targetPoint" />
+           </mxGeometry>
+         </mxCell>
+         <mxCell id="Hq5QgyVw3-6yqGqQHbII-53" edge="1" parent="1" style="endArrow=classic;html=1;rounded=0;exitX=0.5;exitY=1;exitDx=0;exitDy=0;" value="">
+           <mxGeometry height="50" relative="1" width="50" as="geometry">
+             <mxPoint x="3204" y="-1993" as="sourcePoint" />
+             <mxPoint x="3204" y="-1793" as="targetPoint" />
+           </mxGeometry>
+         </mxCell>
+         <mxCell id="Hq5QgyVw3-6yqGqQHbII-54" edge="1" parent="1" style="endArrow=classic;html=1;rounded=0;exitX=0.5;exitY=1;exitDx=0;exitDy=0;" value="">
+           <mxGeometry height="50" relative="1" width="50" as="geometry">
+             <mxPoint x="847" y="-2038" as="sourcePoint" />
+             <mxPoint x="847" y="-1776" as="targetPoint" />
+           </mxGeometry>
+         </mxCell>
+         <mxCell id="Hq5QgyVw3-6yqGqQHbII-55" edge="1" parent="1" style="endArrow=classic;html=1;rounded=0;exitX=0.5;exitY=1;exitDx=0;exitDy=0;" value="">
+           <mxGeometry height="50" relative="1" width="50" as="geometry">
+             <mxPoint x="692.5699999999999" y="-2048" as="sourcePoint" />
+             <mxPoint x="693" y="-1778" as="targetPoint" />
+           </mxGeometry>
+         </mxCell>
+         <mxCell id="Hq5QgyVw3-6yqGqQHbII-56" edge="1" parent="1" style="endArrow=classic;html=1;rounded=0;exitX=0.5;exitY=1;exitDx=0;exitDy=0;" value="">
+           <mxGeometry height="50" relative="1" width="50" as="geometry">
+             <mxPoint x="547.5699999999999" y="-2041" as="sourcePoint" />
+             <mxPoint x="547.5699999999999" y="-1779" as="targetPoint" />
+           </mxGeometry>
+         </mxCell>
+         <mxCell id="Hq5QgyVw3-6yqGqQHbII-57" edge="1" parent="1" style="endArrow=classic;html=1;rounded=0;exitX=0.5;exitY=1;exitDx=0;exitDy=0;" value="">
+           <mxGeometry height="50" relative="1" width="50" as="geometry">
+             <mxPoint x="1135" y="-1903" as="sourcePoint" />
+             <mxPoint x="1135" y="-1767" as="targetPoint" />
+           </mxGeometry>
+         </mxCell>
+         <mxCell id="Hq5QgyVw3-6yqGqQHbII-58" edge="1" parent="1" style="endArrow=classic;html=1;rounded=0;exitX=0.5;exitY=1;exitDx=0;exitDy=0;" value="">
+           <mxGeometry height="50" relative="1" width="50" as="geometry">
+             <mxPoint x="1292" y="-1906" as="sourcePoint" />
+             <mxPoint x="1292" y="-1770" as="targetPoint" />
+           </mxGeometry>
+         </mxCell>
+         <mxCell id="Hq5QgyVw3-6yqGqQHbII-59" edge="1" parent="1" style="endArrow=classic;html=1;rounded=0;exitX=0.5;exitY=1;exitDx=0;exitDy=0;" value="">
+           <mxGeometry height="50" relative="1" width="50" as="geometry">
+             <mxPoint x="1435" y="-1908" as="sourcePoint" />
+             <mxPoint x="1435" y="-1772" as="targetPoint" />
+           </mxGeometry>
+         </mxCell>
      </root>
    </mxGraphModel>
  </diagram>
</mxfile>
